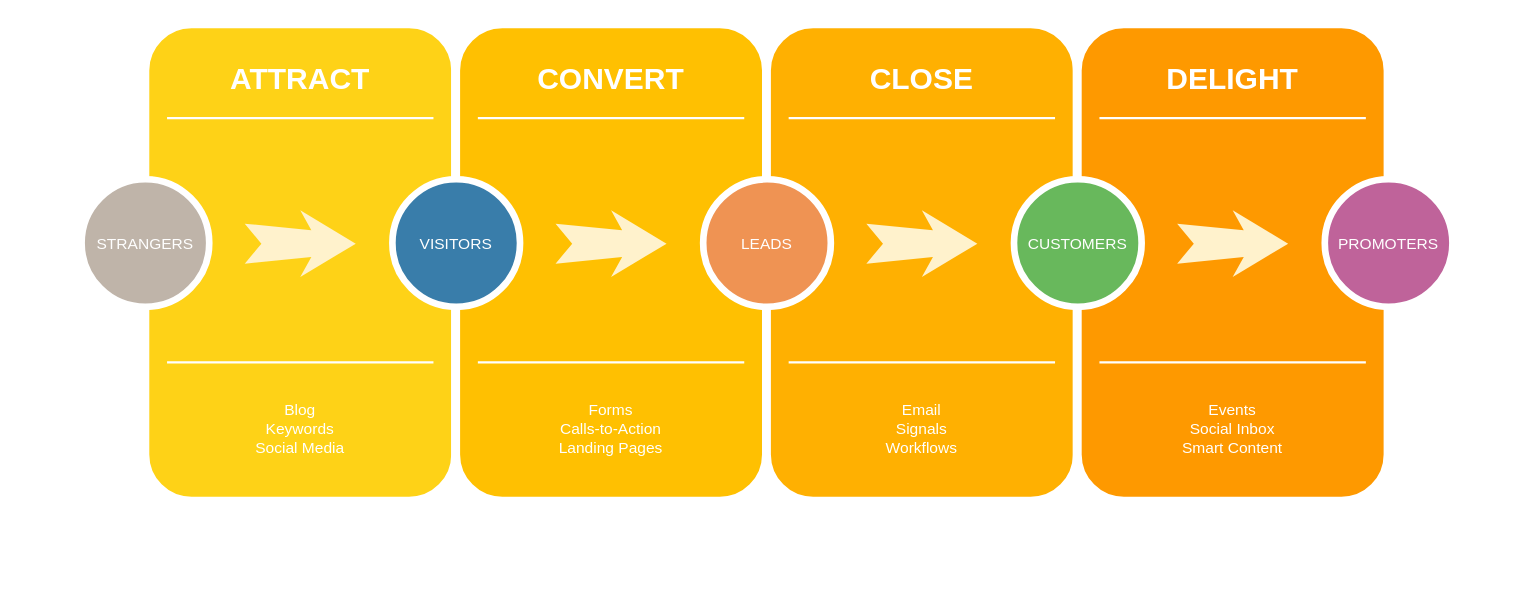
Above: BusinessPlan.drawio in L-Thirat/SPONS (draw.io), before the change. Source tidied: cells renumbered, new cells numbered last; positions are measured from the earlier drawing's top-left corner, leaving out a move shared by most shapes. Both pictures are drawn from the tidied source at 111%, with x=0, y=0 at pixel (81, 23).
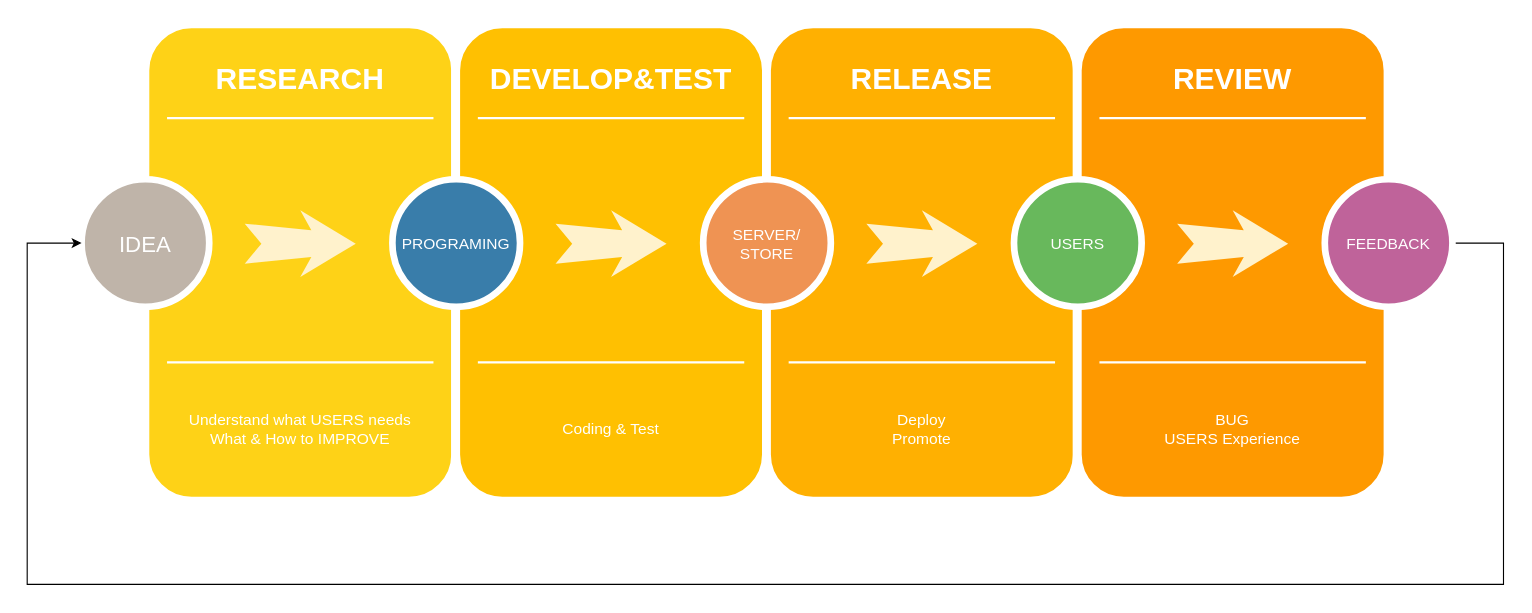
Above is the later version.

Change to the diagram source:
```diff
@@
-    <mxCell id="3" value="ATTRACT" style="text;html=1;strokeColor=none;fillColor=none;align=center;verticalAlign=middle;whiteSpace=wrap;rounded=0;shadow=0;fontSize=27;fontColor=#FFFFFF;fontStyle=1;" parent="1" vertex="1">
+    <mxCell id="3" value="RESEARCH" style="text;html=1;strokeColor=none;fillColor=none;align=center;verticalAlign=middle;whiteSpace=wrap;rounded=0;shadow=0;fontSize=27;fontColor=#FFFFFF;fontStyle=1;" parent="1" vertex="1">
       <mxGeometry x="57" y="20" width="280" height="60" as="geometry" />
     </mxCell>
-    <mxCell id="4" value="Blog&lt;div&gt;Keywords&lt;/div&gt;&lt;div&gt;Social Media&lt;/div&gt;" style="text;html=1;strokeColor=none;fillColor=none;align=center;verticalAlign=middle;whiteSpace=wrap;rounded=0;shadow=0;fontSize=14;fontColor=#FFFFFF;" parent="1" vertex="1">
+    <mxCell id="4" value="Understand what USERS needs&lt;br&gt;What &amp;amp; How to IMPROVE" style="text;html=1;strokeColor=none;fillColor=none;align=center;verticalAlign=middle;whiteSpace=wrap;rounded=0;shadow=0;fontSize=14;fontColor=#FFFFFF;" parent="1" vertex="1">
       <mxGeometry x="57" y="320" width="280" height="90" as="geometry" />
     </mxCell>
@@
-    <mxCell id="7" value="STRANGERS" style="ellipse;whiteSpace=wrap;html=1;rounded=0;shadow=0;strokeWidth=6;fontSize=14;align=center;fillColor=#BFB4A9;strokeColor=#FFFFFF;fontColor=#FFFFFF;" parent="1" vertex="1">
+    <mxCell id="7" value="&lt;font style=&quot;font-size: 20px&quot;&gt;IDEA&lt;/font&gt;" style="ellipse;whiteSpace=wrap;html=1;rounded=0;shadow=0;strokeWidth=6;fontSize=14;align=center;fillColor=#BFB4A9;strokeColor=#FFFFFF;fontColor=#FFFFFF;" parent="1" vertex="1">
       <mxGeometry y="140" width="115" height="115" as="geometry" />
     </mxCell>
@@
-    <mxCell id="10" value="CONVERT" style="text;html=1;strokeColor=none;fillColor=none;align=center;verticalAlign=middle;whiteSpace=wrap;rounded=0;shadow=0;fontSize=27;fontColor=#FFFFFF;fontStyle=1;" parent="1" vertex="1">
+    <mxCell id="10" value="DEVELOP&amp;amp;TEST" style="text;html=1;strokeColor=none;fillColor=none;align=center;verticalAlign=middle;whiteSpace=wrap;rounded=0;shadow=0;fontSize=27;fontColor=#FFFFFF;fontStyle=1;" parent="1" vertex="1">
       <mxGeometry x="337" y="20" width="280" height="60" as="geometry" />
     </mxCell>
-    <mxCell id="11" value="Forms&lt;div&gt;Calls-to-Action&lt;/div&gt;&lt;div&gt;Landing Pages&lt;/div&gt;" style="text;html=1;strokeColor=none;fillColor=none;align=center;verticalAlign=middle;whiteSpace=wrap;rounded=0;shadow=0;fontSize=14;fontColor=#FFFFFF;" parent="1" vertex="1">
+    <mxCell id="11" value="Coding &amp;amp; Test" style="text;html=1;strokeColor=none;fillColor=none;align=center;verticalAlign=middle;whiteSpace=wrap;rounded=0;shadow=0;fontSize=14;fontColor=#FFFFFF;" parent="1" vertex="1">
       <mxGeometry x="337" y="320" width="280" height="90" as="geometry" />
     </mxCell>
@@
-    <mxCell id="14" value="VISITORS" style="ellipse;whiteSpace=wrap;html=1;rounded=0;shadow=0;strokeWidth=6;fontSize=14;align=center;fillColor=#397DAA;strokeColor=#FFFFFF;fontColor=#FFFFFF;" parent="1" vertex="1">
+    <mxCell id="14" value="PROGRAMING" style="ellipse;whiteSpace=wrap;html=1;rounded=0;shadow=0;strokeWidth=6;fontSize=14;align=center;fillColor=#397DAA;strokeColor=#FFFFFF;fontColor=#FFFFFF;" parent="1" vertex="1">
       <mxGeometry x="280" y="140" width="115" height="115" as="geometry" />
     </mxCell>
@@
-    <mxCell id="17" value="CLOSE" style="text;html=1;strokeColor=none;fillColor=none;align=center;verticalAlign=middle;whiteSpace=wrap;rounded=0;shadow=0;fontSize=27;fontColor=#FFFFFF;fontStyle=1;" parent="1" vertex="1">
+    <mxCell id="17" value="RELEASE" style="text;html=1;strokeColor=none;fillColor=none;align=center;verticalAlign=middle;whiteSpace=wrap;rounded=0;shadow=0;fontSize=27;fontColor=#FFFFFF;fontStyle=1;" parent="1" vertex="1">
       <mxGeometry x="617" y="20" width="280" height="60" as="geometry" />
     </mxCell>
-    <mxCell id="18" value="Email&lt;div&gt;Signals&lt;/div&gt;&lt;div&gt;Workflows&lt;/div&gt;" style="text;html=1;strokeColor=none;fillColor=none;align=center;verticalAlign=middle;whiteSpace=wrap;rounded=0;shadow=0;fontSize=14;fontColor=#FFFFFF;" parent="1" vertex="1">
+    <mxCell id="18" value="Deploy&lt;br&gt;Promote" style="text;html=1;strokeColor=none;fillColor=none;align=center;verticalAlign=middle;whiteSpace=wrap;rounded=0;shadow=0;fontSize=14;fontColor=#FFFFFF;" parent="1" vertex="1">
       <mxGeometry x="617" y="320" width="280" height="90" as="geometry" />
     </mxCell>
@@
-    <mxCell id="21" value="LEADS" style="ellipse;whiteSpace=wrap;html=1;rounded=0;shadow=0;strokeWidth=6;fontSize=14;align=center;fillColor=#EF9353;strokeColor=#FFFFFF;fontColor=#FFFFFF;" parent="1" vertex="1">
+    <mxCell id="21" value="SERVER/&lt;br&gt;STORE" style="ellipse;whiteSpace=wrap;html=1;rounded=0;shadow=0;strokeWidth=6;fontSize=14;align=center;fillColor=#EF9353;strokeColor=#FFFFFF;fontColor=#FFFFFF;" parent="1" vertex="1">
       <mxGeometry x="560" y="140" width="115" height="115" as="geometry" />
     </mxCell>
@@
-    <mxCell id="24" value="DELIGHT" style="text;html=1;strokeColor=none;fillColor=none;align=center;verticalAlign=middle;whiteSpace=wrap;rounded=0;shadow=0;fontSize=27;fontColor=#FFFFFF;fontStyle=1;" parent="1" vertex="1">
+    <mxCell id="24" value="REVIEW" style="text;html=1;strokeColor=none;fillColor=none;align=center;verticalAlign=middle;whiteSpace=wrap;rounded=0;shadow=0;fontSize=27;fontColor=#FFFFFF;fontStyle=1;" parent="1" vertex="1">
       <mxGeometry x="897" y="20" width="280" height="60" as="geometry" />
     </mxCell>
-    <mxCell id="25" value="Events&lt;div&gt;Social Inbox&lt;/div&gt;&lt;div&gt;Smart Content&lt;/div&gt;" style="text;html=1;strokeColor=none;fillColor=none;align=center;verticalAlign=middle;whiteSpace=wrap;rounded=0;shadow=0;fontSize=14;fontColor=#FFFFFF;" parent="1" vertex="1">
+    <mxCell id="25" value="BUG&lt;br&gt;USERS Experience" style="text;html=1;strokeColor=none;fillColor=none;align=center;verticalAlign=middle;whiteSpace=wrap;rounded=0;shadow=0;fontSize=14;fontColor=#FFFFFF;" parent="1" vertex="1">
       <mxGeometry x="897" y="320" width="280" height="90" as="geometry" />
     </mxCell>
@@
-    <mxCell id="28" value="CUSTOMERS" style="ellipse;whiteSpace=wrap;html=1;rounded=0;shadow=0;strokeWidth=6;fontSize=14;align=center;fillColor=#68B85C;strokeColor=#FFFFFF;fontColor=#FFFFFF;" parent="1" vertex="1">
+    <mxCell id="28" value="USERS" style="ellipse;whiteSpace=wrap;html=1;rounded=0;shadow=0;strokeWidth=6;fontSize=14;align=center;fillColor=#68B85C;strokeColor=#FFFFFF;fontColor=#FFFFFF;" parent="1" vertex="1">
       <mxGeometry x="840" y="140" width="115" height="115" as="geometry" />
     </mxCell>
@@
+    <mxCell id="31" style="edgeStyle=orthogonalEdgeStyle;rounded=0;jettySize=auto;html=1;exitX=1;exitY=0.5;exitDx=0;exitDy=0;entryX=0;entryY=0.5;entryDx=0;entryDy=0;" parent="1" edge="1" source="30" target="7">
+      <mxGeometry relative="1" as="geometry">
+        <Array as="points">
+          <mxPoint x="1281" y="198" />
+          <mxPoint x="1281" y="505" />
+          <mxPoint x="-49" y="505" />
+          <mxPoint x="-49" y="198" />
+        </Array>
+      </mxGeometry>
+    </mxCell>
-    <mxCell id="30" value="PROMOTERS" style="ellipse;whiteSpace=wrap;html=1;rounded=0;shadow=0;strokeWidth=6;fontSize=14;align=center;fillColor=#BF639A;strokeColor=#FFFFFF;fontColor=#FFFFFF;" parent="1" vertex="1">
+    <mxCell id="30" value="FEEDBACK" style="ellipse;whiteSpace=wrap;html=1;rounded=0;shadow=0;strokeWidth=6;fontSize=14;align=center;fillColor=#BF639A;strokeColor=#FFFFFF;fontColor=#FFFFFF;" parent="1" vertex="1">
       <mxGeometry x="1120" y="140" width="115" height="115" as="geometry" />
     </mxCell>
```
